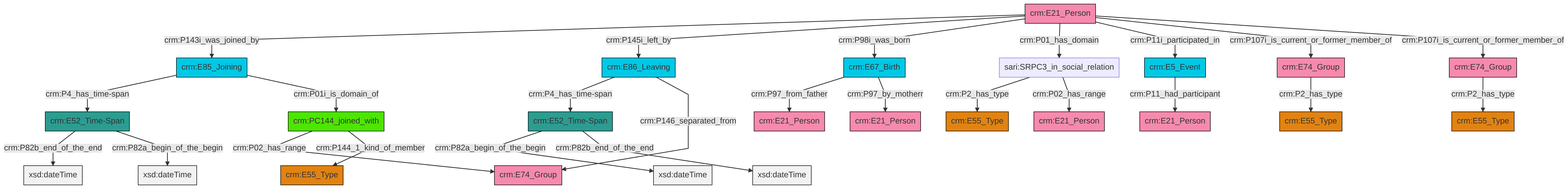
Earlier version of the Mermaid export et/personCSV/ttl/mmd/png/Person_Actor_Relations.png (swiss-art-research-net/reference-data-models). Its source is kept beside it as et/personCSV/ttl/mmd/Person_Actor_Relations.ttl.mmd.
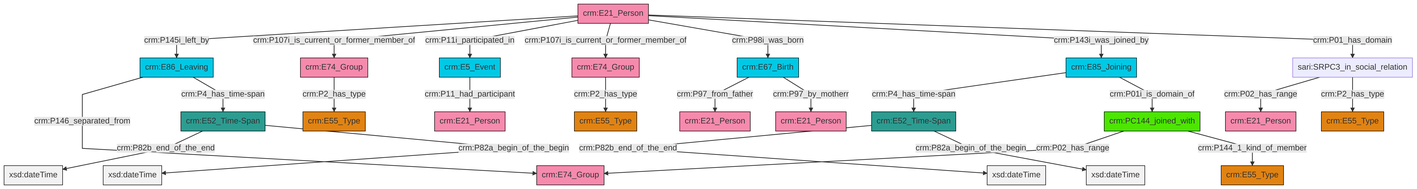
After the commit.

Change to the diagram source:
```diff
@@ -13,27 +13,27 @@
 classDef PC_Classes fill:#4ce600, stroke:#000000;
 classDef Multi fill:#cccccc,stroke:#000000;
 
-0["crm:E21_Person"]:::Actor -->|crm:P143i_was_joined_by| 1["crm:E85_Joining"]:::Temporal_Entity
-1["crm:E85_Joining"]:::Temporal_Entity -->|crm:P4_has_time-span| 2["crm:E52_Time-Span"]:::Time-Span
-3["crm:E67_Birth"]:::Temporal_Entity -->|crm:P97_from_father| 4["crm:E21_Person"]:::Actor
-5["sari:SRPC3_in_social_relation"]:::Default -->|crm:P2_has_type| 6["crm:E55_Type"]:::Type
-7["crm:E86_Leaving"]:::Temporal_Entity -->|crm:P4_has_time-span| 8["crm:E52_Time-Span"]:::Time-Span
-5["sari:SRPC3_in_social_relation"]:::Default -->|crm:P02_has_range| 9["crm:E21_Person"]:::Actor
-10["crm:E74_Group"]:::Actor -->|crm:P2_has_type| 11["crm:E55_Type"]:::Type
-12["crm:E5_Event"]:::Temporal_Entity -->|crm:P11_had_participant| 13["crm:E21_Person"]:::Actor
-2["crm:E52_Time-Span"]:::Time-Span -->|crm:P82b_end_of_the_end| 16[xsd:dateTime]:::Literal
-17["crm:PC144_joined_with"]:::PC_Classes -->|crm:P02_has_range| 18["crm:E74_Group"]:::Actor
-0["crm:E21_Person"]:::Actor -->|crm:P145i_left_by| 7["crm:E86_Leaving"]:::Temporal_Entity
-8["crm:E52_Time-Span"]:::Time-Span -->|crm:P82a_begin_of_the_begin| 24[xsd:dateTime]:::Literal
-7["crm:E86_Leaving"]:::Temporal_Entity -->|crm:P146_separated_from| 18["crm:E74_Group"]:::Actor
-1["crm:E85_Joining"]:::Temporal_Entity -->|crm:P01i_is_domain_of| 17["crm:PC144_joined_with"]:::PC_Classes
-0["crm:E21_Person"]:::Actor -->|crm:P98i_was_born| 3["crm:E67_Birth"]:::Temporal_Entity
-2["crm:E52_Time-Span"]:::Time-Span -->|crm:P82a_begin_of_the_begin| 35[xsd:dateTime]:::Literal
-8["crm:E52_Time-Span"]:::Time-Span -->|crm:P82b_end_of_the_end| 36[xsd:dateTime]:::Literal
-0["crm:E21_Person"]:::Actor -->|crm:P01_has_domain| 5["sari:SRPC3_in_social_relation"]:::Default
-0["crm:E21_Person"]:::Actor -->|crm:P11i_participated_in| 12["crm:E5_Event"]:::Temporal_Entity
-0["crm:E21_Person"]:::Actor -->|crm:P107i_is_current_or_former_member_of| 14["crm:E74_Group"]:::Actor
-0["crm:E21_Person"]:::Actor -->|crm:P107i_is_current_or_former_member_of| 10["crm:E74_Group"]:::Actor
-3["crm:E67_Birth"]:::Temporal_Entity -->|crm:P97_by_motherr| 25["crm:E21_Person"]:::Actor
-14["crm:E74_Group"]:::Actor -->|crm:P2_has_type| 19["crm:E55_Type"]:::Type
-17["crm:PC144_joined_with"]:::PC_Classes -->|crm:P144_1_kind_of_member| 30["crm:E55_Type"]:::Type
+2["crm:E21_Person"]:::Actor -->|crm:P145i_left_by| 3["crm:E86_Leaving"]:::Temporal_Entity
+2["crm:E21_Person"]:::Actor -->|crm:P107i_is_current_or_former_member_of| 4["crm:E74_Group"]:::Actor
+11["sari:SRPC3_in_social_relation"]:::Default -->|crm:P02_has_range| 0["crm:E21_Person"]:::Actor
+3["crm:E86_Leaving"]:::Temporal_Entity -->|crm:P146_separated_from| 12["crm:E74_Group"]:::Actor
+11["sari:SRPC3_in_social_relation"]:::Default -->|crm:P2_has_type| 13["crm:E55_Type"]:::Type
+14["crm:PC144_joined_with"]:::PC_Classes -->|crm:P02_has_range| 12["crm:E74_Group"]:::Actor
+18["crm:E52_Time-Span"]:::Time-Span -->|crm:P82b_end_of_the_end| 19[xsd:dateTime]:::Literal
+18["crm:E52_Time-Span"]:::Time-Span -->|crm:P82a_begin_of_the_begin| 26[xsd:dateTime]:::Literal
+30["crm:E52_Time-Span"]:::Time-Span -->|crm:P82b_end_of_the_end| 31[xsd:dateTime]:::Literal
+27["crm:E85_Joining"]:::Temporal_Entity -->|crm:P4_has_time-span| 18["crm:E52_Time-Span"]:::Time-Span
+27["crm:E85_Joining"]:::Temporal_Entity -->|crm:P01i_is_domain_of| 14["crm:PC144_joined_with"]:::PC_Classes
+30["crm:E52_Time-Span"]:::Time-Span -->|crm:P82a_begin_of_the_begin| 34[xsd:dateTime]:::Literal
+2["crm:E21_Person"]:::Actor -->|crm:P11i_participated_in| 16["crm:E5_Event"]:::Temporal_Entity
+16["crm:E5_Event"]:::Temporal_Entity -->|crm:P11_had_participant| 35["crm:E21_Person"]:::Actor
+14["crm:PC144_joined_with"]:::PC_Classes -->|crm:P144_1_kind_of_member| 24["crm:E55_Type"]:::Type
+4["crm:E74_Group"]:::Actor -->|crm:P2_has_type| 22["crm:E55_Type"]:::Type
+32["crm:E74_Group"]:::Actor -->|crm:P2_has_type| 9["crm:E55_Type"]:::Type
+6["crm:E67_Birth"]:::Temporal_Entity -->|crm:P97_from_father| 40["crm:E21_Person"]:::Actor
+3["crm:E86_Leaving"]:::Temporal_Entity -->|crm:P4_has_time-span| 30["crm:E52_Time-Span"]:::Time-Span
+2["crm:E21_Person"]:::Actor -->|crm:P107i_is_current_or_former_member_of| 32["crm:E74_Group"]:::Actor
+2["crm:E21_Person"]:::Actor -->|crm:P98i_was_born| 6["crm:E67_Birth"]:::Temporal_Entity
+2["crm:E21_Person"]:::Actor -->|crm:P143i_was_joined_by| 27["crm:E85_Joining"]:::Temporal_Entity
+2["crm:E21_Person"]:::Actor -->|crm:P01_has_domain| 11["sari:SRPC3_in_social_relation"]:::Default
+6["crm:E67_Birth"]:::Temporal_Entity -->|crm:P97_by_motherr| 20["crm:E21_Person"]:::Actor
```
